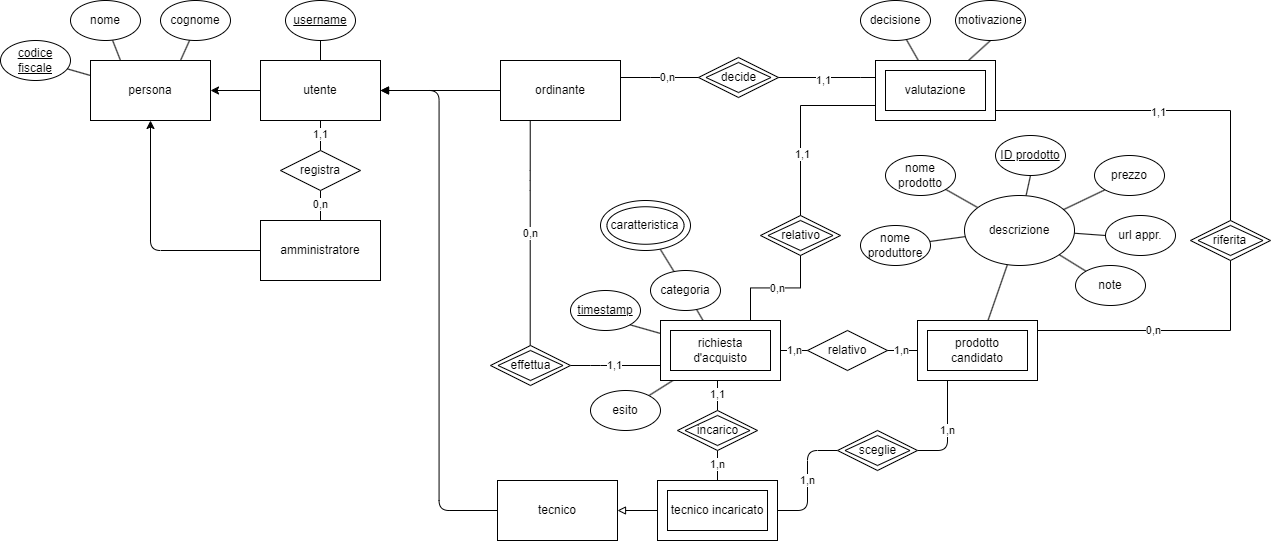
This is assets/ER_concettuale.png from StefanoElisio/Progetto-base-di-dati, a draw.io export, as it was before one commit. Source tidied: cells renumbered, new cells last; positions are measured from the earlier drawing's top-left corner, leaving out a move shared by most shapes.
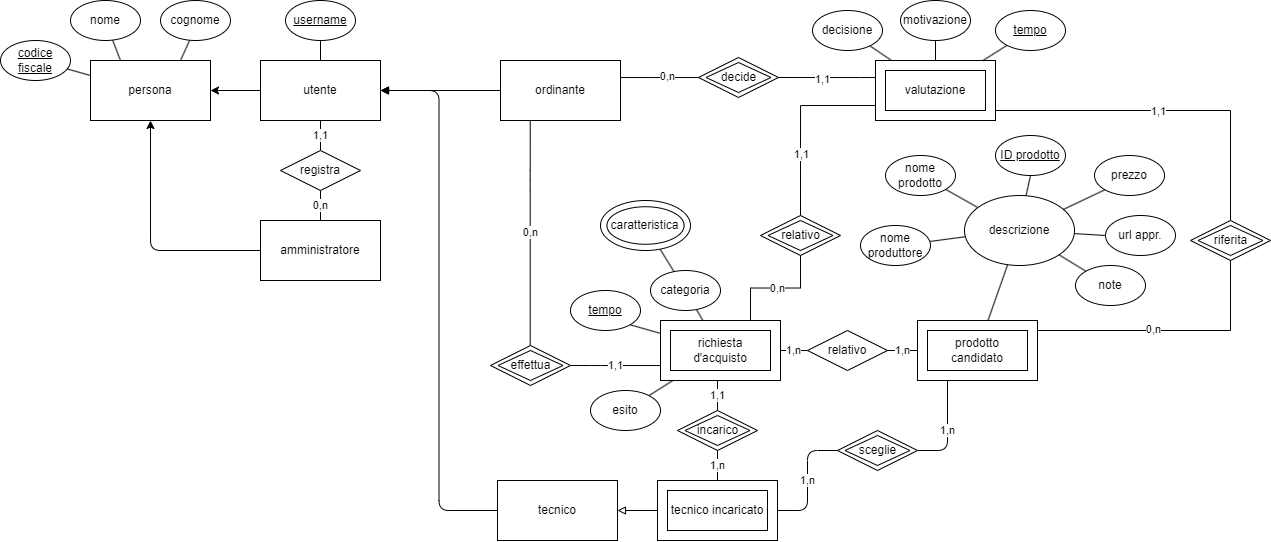
After the change.

What changed in the source:
```diff
@@ -193,7 +193,7 @@
       <mxGeometry relative="1" as="geometry" />
     </mxCell>
     <mxCell id="59" value="motivazione" style="ellipse;whiteSpace=wrap;html=1;fontStyle=0;" parent="1" vertex="1">
-      <mxGeometry x="955" width="70" height="40" as="geometry" />
+      <mxGeometry x="900" width="70" height="40" as="geometry" />
     </mxCell>
     <mxCell id="60" style="edgeStyle=none;jettySize=auto;html=1;endArrow=none;endFill=0;" parent="1" edge="1" source="64" target="61">
       <mxGeometry relative="1" as="geometry" />
@@ -225,14 +225,14 @@
     <mxCell id="69" style="edgeStyle=none;jettySize=auto;html=1;exitX=1;exitY=1;exitDx=0;exitDy=0;endArrow=none;endFill=0;" parent="1" edge="1" source="70" target="64">
       <mxGeometry relative="1" as="geometry" />
     </mxCell>
-    <mxCell id="70" value="timestamp" style="ellipse;whiteSpace=wrap;html=1;fontStyle=4;" parent="1" vertex="1">
+    <mxCell id="70" value="tempo" style="ellipse;whiteSpace=wrap;html=1;fontStyle=4;" parent="1" vertex="1">
       <mxGeometry x="570" y="290" width="70" height="40" as="geometry" />
     </mxCell>
     <mxCell id="71" style="edgeStyle=none;jettySize=auto;html=1;endArrow=none;endFill=0;" parent="1" edge="1" source="72" target="79">
       <mxGeometry relative="1" as="geometry" />
     </mxCell>
     <mxCell id="72" value="decisione" style="ellipse;whiteSpace=wrap;html=1;fontStyle=0;" parent="1" vertex="1">
-      <mxGeometry x="860" width="70" height="40" as="geometry" />
+      <mxGeometry x="812" y="10" width="70" height="40" as="geometry" />
     </mxCell>
     <mxCell id="73" value="caratteristica" style="group;verticalAlign=middle;fontStyle=0;" parent="1" vertex="1">
       <mxGeometry x="600" y="200" width="90" height="50" as="geometry" />
@@ -343,5 +343,11 @@
     <mxCell id="102" value="incarico" style="rhombus;whiteSpace=wrap;html=1;" parent="1" vertex="1">
       <mxGeometry x="684.5" y="415" width="65" height="30" as="geometry" />
     </mxCell>
+    <mxCell id="103" style="rounded=0;jettySize=auto;html=1;endArrow=none;endFill=0;" parent="1" edge="1" source="104" target="79">
+      <mxGeometry relative="1" as="geometry" />
+    </mxCell>
+    <mxCell id="104" value="tempo" style="ellipse;whiteSpace=wrap;html=1;fontStyle=4;" parent="1" vertex="1">
+      <mxGeometry x="995" y="10" width="70" height="40" as="geometry" />
+    </mxCell>
   </root>
 </mxGraphModel>
```
